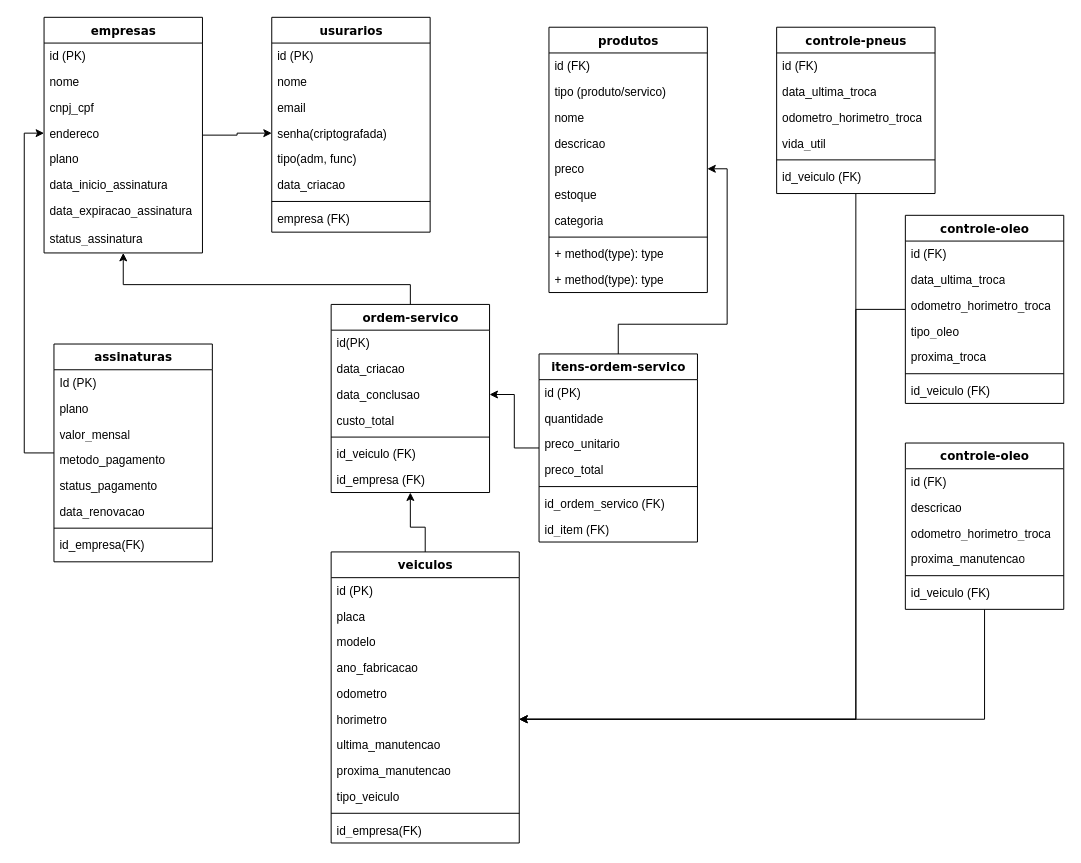
This is TabelaBanco/Diagrama sem nome.drawio from jean-leal/frotas, a draw.io file, before an edit. Source tidied: cells renumbered, new cells numbered last; positions are measured from the earlier drawing's top-left corner, leaving out a move shared by most shapes. Both pictures are drawn from the tidied source at 99%, with x=0, y=0 at pixel (24, 17).
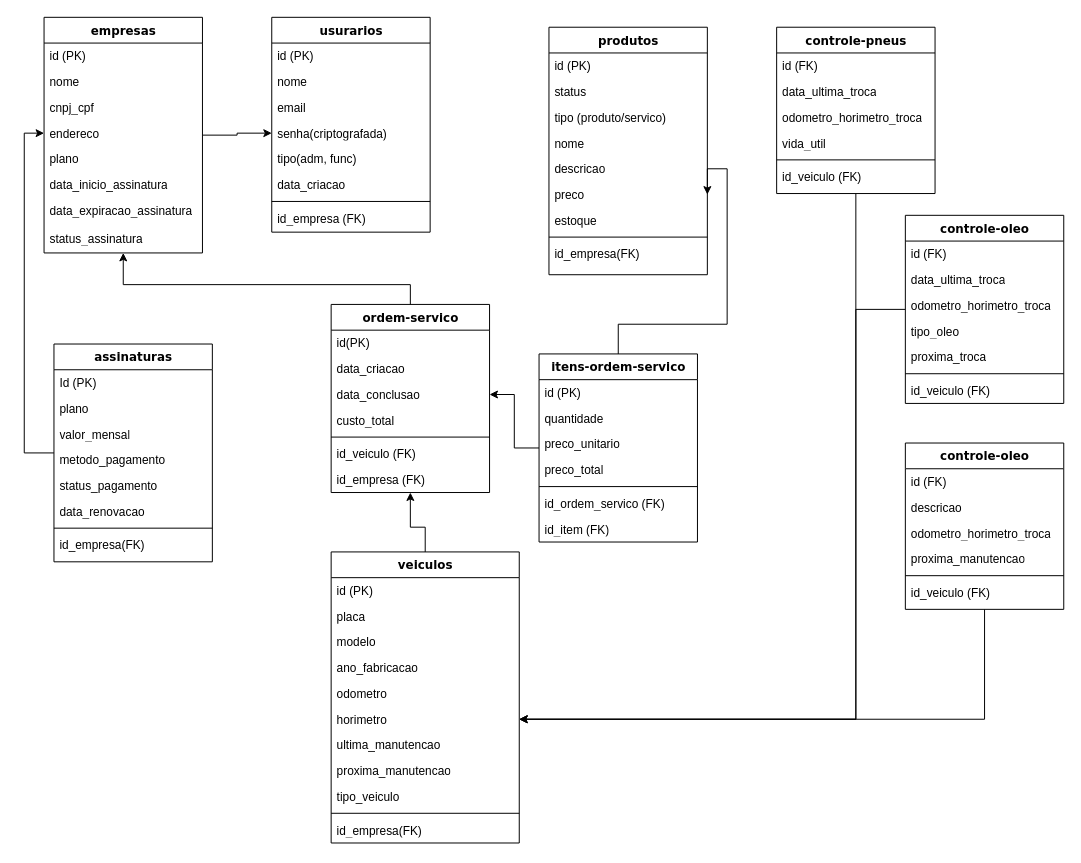
Above is the later version.

Unchanged cells that the change refers to:
```xml
<mxCell id="12" value="usurarios" style="swimlane;html=1;fontStyle=1;align=center;verticalAlign=top;horizontal=1;startSize=26;swimlaneFillColor=#ffffff;rounded=0;shadow=0;comic=0;labelBackgroundColor=none;strokeWidth=1;fillColor=none;fontFamily=Verdana;fontSize=12;" parent="1" vertex="1">
  <mxGeometry x="250" width="160" height="217" as="geometry" />
</mxCell>
```

The edit, as a diff of the source:
```diff
@@
-    <mxCell id="20" value="empresa (FK)" style="text;html=1;strokeColor=none;fillColor=none;align=left;verticalAlign=top;spacingLeft=4;spacingRight=4;whiteSpace=wrap;overflow=hidden;" parent="12" vertex="1">
+    <mxCell id="20" value="id_empresa (FK)" style="text;html=1;strokeColor=none;fillColor=none;align=left;verticalAlign=top;spacingLeft=4;spacingRight=4;whiteSpace=wrap;overflow=hidden;" parent="12" vertex="1">
       <mxGeometry y="190" width="160" height="26" as="geometry" />
     </mxCell>
     <mxCell id="21" value="produtos" style="swimlane;html=1;fontStyle=1;align=center;verticalAlign=top;horizontal=1;startSize=26;swimlaneFillColor=#ffffff;rounded=0;shadow=0;comic=0;labelBackgroundColor=none;strokeWidth=1;fillColor=none;fontFamily=Verdana;fontSize=12;" parent="1" vertex="1">
-      <mxGeometry x="530" y="10" width="160" height="268" as="geometry" />
+      <mxGeometry x="530" y="10" width="160" height="250" as="geometry" />
     </mxCell>
-    <mxCell id="22" value="id (FK)" style="text;html=1;strokeColor=none;fillColor=none;align=left;verticalAlign=top;spacingLeft=4;spacingRight=4;whiteSpace=wrap;overflow=hidden;" parent="21" vertex="1">
+    <mxCell id="22" value="id (PK)" style="text;html=1;strokeColor=none;fillColor=none;align=left;verticalAlign=top;spacingLeft=4;spacingRight=4;whiteSpace=wrap;overflow=hidden;" parent="21" vertex="1">
       <mxGeometry y="26" width="160" height="26" as="geometry" />
     </mxCell>
+    <mxCell id="99" value="status" style="text;html=1;strokeColor=none;fillColor=none;align=left;verticalAlign=top;spacingLeft=4;spacingRight=4;whiteSpace=wrap;overflow=hidden;" parent="21" vertex="1">
+      <mxGeometry y="52" width="160" height="26" as="geometry" />
+    </mxCell>
     <mxCell id="23" value="tipo (produto/servico)" style="text;html=1;strokeColor=none;fillColor=none;align=left;verticalAlign=top;spacingLeft=4;spacingRight=4;whiteSpace=wrap;overflow=hidden;" parent="21" vertex="1">
-      <mxGeometry y="52" width="160" height="26" as="geometry" />
+      <mxGeometry y="78" width="160" height="26" as="geometry" />
     </mxCell>
     <mxCell id="24" value="nome" style="text;html=1;strokeColor=none;fillColor=none;align=left;verticalAlign=top;spacingLeft=4;spacingRight=4;whiteSpace=wrap;overflow=hidden;" parent="21" vertex="1">
-      <mxGeometry y="78" width="160" height="26" as="geometry" />
+      <mxGeometry y="104" width="160" height="26" as="geometry" />
     </mxCell>
     <mxCell id="25" value="descricao" style="text;html=1;strokeColor=none;fillColor=none;align=left;verticalAlign=top;spacingLeft=4;spacingRight=4;whiteSpace=wrap;overflow=hidden;" parent="21" vertex="1">
-      <mxGeometry y="104" width="160" height="26" as="geometry" />
+      <mxGeometry y="130" width="160" height="26" as="geometry" />
     </mxCell>
     <mxCell id="26" value="preco" style="text;html=1;strokeColor=none;fillColor=none;align=left;verticalAlign=top;spacingLeft=4;spacingRight=4;whiteSpace=wrap;overflow=hidden;points=[[0,0.5],[1,0.5]];portConstraint=eastwest;" parent="21" vertex="1">
-      <mxGeometry y="130" width="160" height="26" as="geometry" />
+      <mxGeometry y="156" width="160" height="26" as="geometry" />
     </mxCell>
     <mxCell id="27" value="estoque" style="text;html=1;strokeColor=none;fillColor=none;align=left;verticalAlign=top;spacingLeft=4;spacingRight=4;whiteSpace=wrap;overflow=hidden;" parent="21" vertex="1">
-      <mxGeometry y="156" width="160" height="26" as="geometry" />
+      <mxGeometry y="182" width="160" height="26" as="geometry" />
     </mxCell>
-    <mxCell id="28" value="categoria" style="text;html=1;strokeColor=none;fillColor=none;align=left;verticalAlign=top;spacingLeft=4;spacingRight=4;whiteSpace=wrap;overflow=hidden;" parent="21" vertex="1">
-      <mxGeometry y="182" width="160" height="26" as="geometry" />
-    </mxCell>
@@
-    <mxCell id="30" value="+ method(type): type" style="text;html=1;strokeColor=none;fillColor=none;align=left;verticalAlign=top;spacingLeft=4;spacingRight=4;whiteSpace=wrap;overflow=hidden;" parent="21" vertex="1">
+    <mxCell id="30" value="id_empresa(FK)" style="text;html=1;strokeColor=none;fillColor=none;align=left;verticalAlign=top;spacingLeft=4;spacingRight=4;whiteSpace=wrap;overflow=hidden;" parent="21" vertex="1">
       <mxGeometry y="216" width="160" height="26" as="geometry" />
     </mxCell>
-    <mxCell id="31" value="+ method(type): type" style="text;html=1;strokeColor=none;fillColor=none;align=left;verticalAlign=top;spacingLeft=4;spacingRight=4;whiteSpace=wrap;overflow=hidden;" parent="21" vertex="1">
-      <mxGeometry y="242" width="160" height="26" as="geometry" />
-    </mxCell>
```
